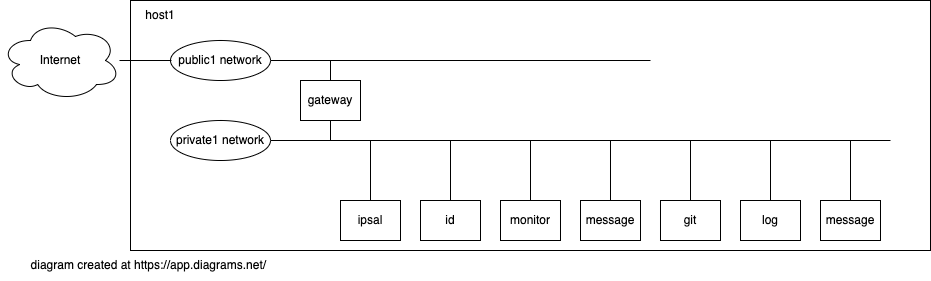
The draw.io diagram core-network.drawio.png in nickhardiman/ansible-playbook-lab, before a commit. Source tidied: cells renumbered, new cells last; positions are measured from the earlier drawing's top-left corner, leaving out a move shared by most shapes.
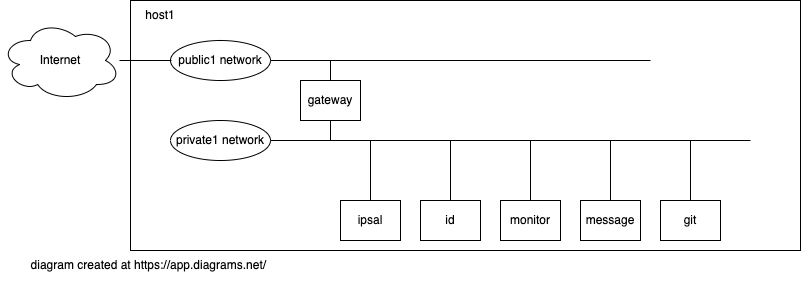
Above is the later version.

What changed in the source:
```diff
@@ -3,7 +3,7 @@
     <mxCell id="0" />
     <mxCell id="1" parent="0" />
     <mxCell id="2" style="rounded=0;whiteSpace=wrap;html=1;" parent="1" vertex="1">
-      <mxGeometry x="130" width="800" height="250" as="geometry" />
+      <mxGeometry x="130" width="670" height="250" as="geometry" />
     </mxCell>
     <mxCell id="3" value="Internet" style="ellipse;shape=cloud;whiteSpace=wrap;html=1;" parent="1" vertex="1">
       <mxGeometry y="20" width="120" height="80" as="geometry" />
@@ -20,7 +20,7 @@
     <mxCell id="6" style="endArrow=none;html=1;rounded=0;exitX=1;exitY=0.5;exitDx=0;exitDy=0;" parent="1" edge="1">
       <mxGeometry relative="1" as="geometry">
         <mxPoint x="250" y="140" as="sourcePoint" />
-        <mxPoint x="890" y="140" as="targetPoint" />
+        <mxPoint x="750" y="140" as="targetPoint" />
       </mxGeometry>
     </mxCell>
     <mxCell id="7" style="endArrow=none;html=1;rounded=0;" parent="1" edge="1">
@@ -86,27 +86,9 @@
         <mxPoint x="690" y="140" as="targetPoint" />
       </mxGeometry>
     </mxCell>
-    <mxCell id="21" style="endArrow=none;html=1;rounded=0;" parent="1" edge="1">
-      <mxGeometry relative="1" as="geometry">
-        <mxPoint x="770" y="200" as="sourcePoint" />
-        <mxPoint x="770" y="140" as="targetPoint" />
-      </mxGeometry>
-    </mxCell>
-    <mxCell id="22" style="endArrow=none;html=1;rounded=0;" parent="1" edge="1">
-      <mxGeometry relative="1" as="geometry">
-        <mxPoint x="850" y="200" as="sourcePoint" />
-        <mxPoint x="850" y="140" as="targetPoint" />
-      </mxGeometry>
-    </mxCell>
     <mxCell id="23" value="git" style="rounded=0;whiteSpace=wrap;html=1;" parent="1" vertex="1">
       <mxGeometry x="660" y="200" width="60" height="40" as="geometry" />
     </mxCell>
-    <mxCell id="24" value="log" style="rounded=0;whiteSpace=wrap;html=1;" parent="1" vertex="1">
-      <mxGeometry x="740" y="200" width="60" height="40" as="geometry" />
-    </mxCell>
-    <mxCell id="25" value="message" style="rounded=0;whiteSpace=wrap;html=1;" parent="1" vertex="1">
-      <mxGeometry x="820" y="200" width="60" height="40" as="geometry" />
-    </mxCell>
     <mxCell id="26" value="diagram created at&amp;nbsp;https://app.diagrams.net/&amp;nbsp;" style="text;html=1;strokeColor=none;fillColor=none;align=center;verticalAlign=middle;whiteSpace=wrap;rounded=0;" parent="1" vertex="1">
       <mxGeometry x="10" y="250" width="280" height="30" as="geometry" />
     </mxCell>
```
